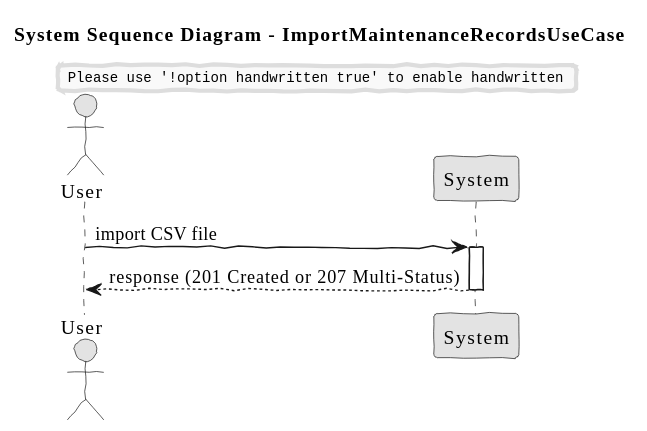
The PlantUML diagram docs/system-documentation/use-cases/BONUS/US225/svg/ssd_ImportMaintenanceRecordsUseCase.svg in VascoMagolo/psoft_1231562_1241692_1242036_2db, before a commit.
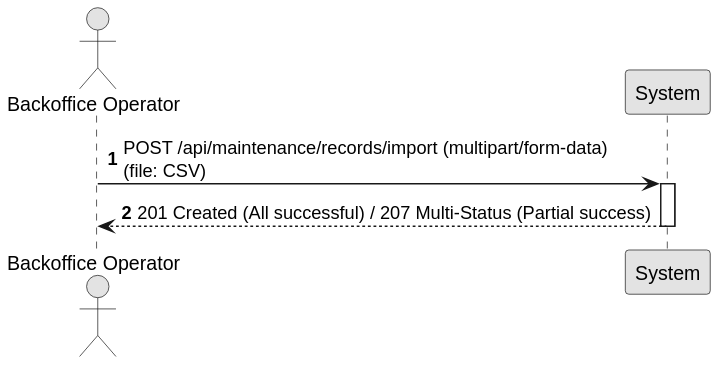
The same diagram one commit later.

The edit, as a diff of the source:
```diff
@@ -1,17 +1,14 @@
 @startuml
-skinparam handwritten true
+autonumber
 skinparam monochrome true
 skinparam packageStyle rect
-skinparam defaultFontName FG Virgil
 skinparam shadowing false
 
-title System Sequence Diagram - ImportMaintenanceRecordsUseCase
+actor "Backoffice Operator" as Actor
+participant "System" as Sys
 
-actor "User" as user
-participant "System" as sys
-
-user -> sys: import CSV file
-activate sys
-sys --> user: response (201 Created or 207 Multi-Status)
-deactivate sys
+Actor -> Sys : POST /api/maintenance/records/import (multipart/form-data)\n(file: CSV)
+activate Sys
+Sys --> Actor : 201 Created (All successful) / 207 Multi-Status (Partial success)
+deactivate Sys
 @enduml
```
